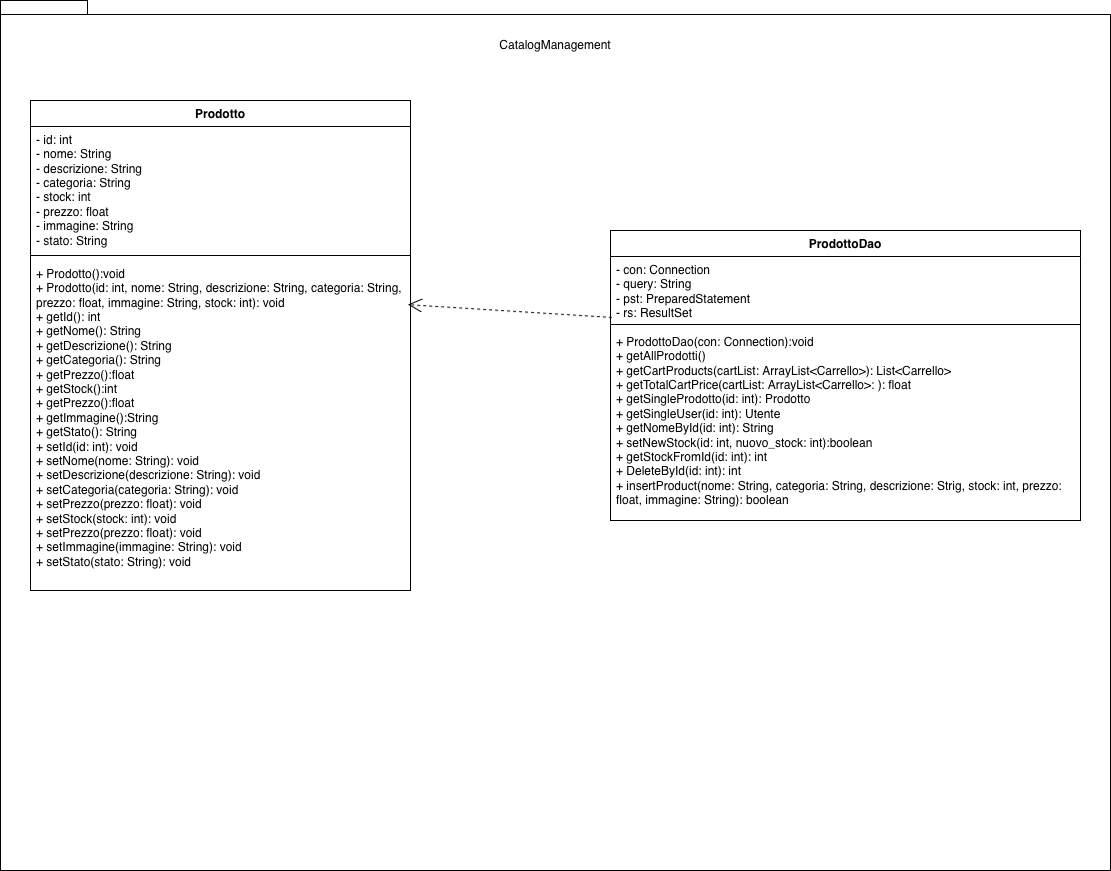
Above: Deliverables/Object Design Document Images/CatalogManagement.png in SigsUni/LaCantina (draw.io), before the change. Source tidied: cells renumbered, new cells last; positions are measured from the earlier drawing's top-left corner, leaving out a move shared by most shapes.
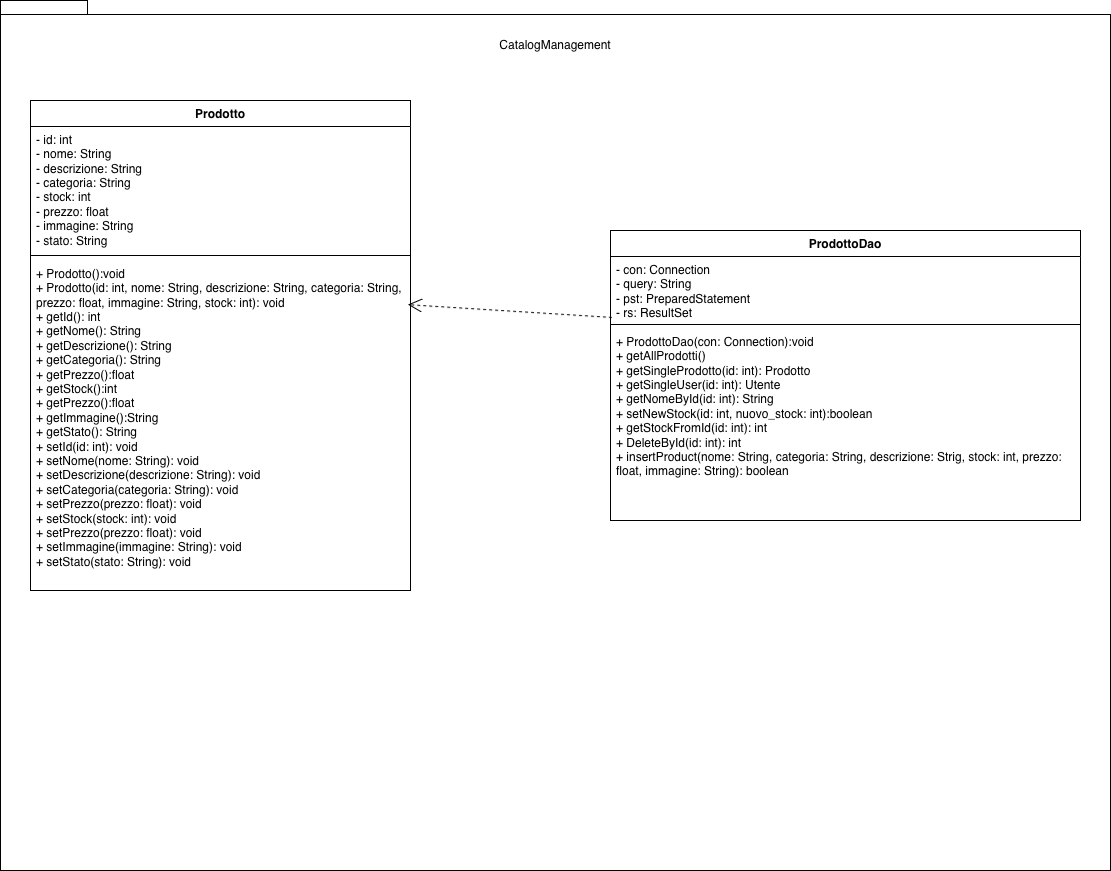
Later version of the same file.

The edit, as a diff of the source:
```diff
@@ -29,7 +29,7 @@
     <mxCell id="10" style="line;strokeWidth=1;fillColor=none;align=left;verticalAlign=middle;spacingTop=-1;spacingLeft=3;spacingRight=3;labelPosition=right;strokeColor=inherit;" parent="8" vertex="1">
       <mxGeometry y="90" width="470" height="8" as="geometry" />
     </mxCell>
-    <mxCell id="11" value="&lt;div&gt;+ ProdottoDao(con: Connection):void&lt;/div&gt;&lt;div&gt;+ getAllProdotti()&lt;/div&gt;&lt;div&gt;+ getCartProducts(cartList: ArrayList&amp;lt;Carrello&amp;gt;): List&amp;lt;Carrello&amp;gt;&lt;/div&gt;&lt;div&gt;+ getTotalCartPrice(cartList:&amp;nbsp;ArrayList&amp;lt;Carrello&amp;gt;: ): float&amp;nbsp;&lt;/div&gt;&lt;div&gt;+ getSingleProdotto(id: int): Prodotto&lt;/div&gt;&lt;div&gt;+ getSingleUser(id: int): Utente&lt;/div&gt;&lt;div&gt;+ getNomeById(id: int): String&lt;/div&gt;&lt;div&gt;+ setNewStock(id: int, nuovo_stock: int):boolean&lt;/div&gt;&lt;div&gt;+ getStockFromId(id: int): int&lt;/div&gt;&lt;div&gt;+ DeleteById(id: int): int&lt;/div&gt;&lt;div&gt;+ insertProduct(nome: String, categoria: String, descrizione: Strig, stock: int, prezzo: float, immagine: String): boolean&lt;/div&gt;" style="text;strokeColor=none;fillColor=none;align=left;verticalAlign=top;spacingLeft=4;spacingRight=4;overflow=hidden;whiteSpace=wrap;html=1;" parent="8" vertex="1">
+    <mxCell id="11" value="&lt;div&gt;+ ProdottoDao(con: Connection):void&lt;/div&gt;&lt;div&gt;+ getAllProdotti()&lt;/div&gt;&lt;div&gt;+ getSingleProdotto(id: int): Prodotto&lt;/div&gt;&lt;div&gt;+ getSingleUser(id: int): Utente&lt;/div&gt;&lt;div&gt;+ getNomeById(id: int): String&lt;/div&gt;&lt;div&gt;+ setNewStock(id: int, nuovo_stock: int):boolean&lt;/div&gt;&lt;div&gt;+ getStockFromId(id: int): int&lt;/div&gt;&lt;div&gt;+ DeleteById(id: int): int&lt;/div&gt;&lt;div&gt;+ insertProduct(nome: String, categoria: String, descrizione: Strig, stock: int, prezzo: float, immagine: String): boolean&lt;/div&gt;" style="text;strokeColor=none;fillColor=none;align=left;verticalAlign=top;spacingLeft=4;spacingRight=4;overflow=hidden;whiteSpace=wrap;html=1;" parent="8" vertex="1">
       <mxGeometry y="98" width="470" height="192" as="geometry" />
     </mxCell>
     <mxCell id="12" style="endArrow=open;endSize=12;dashed=1;html=1;rounded=0;exitX=0.003;exitY=0.953;exitDx=0;exitDy=0;exitPerimeter=0;entryX=0.993;entryY=0.134;entryDx=0;entryDy=0;entryPerimeter=0;" parent="1" edge="1" source="9" target="7">
```
